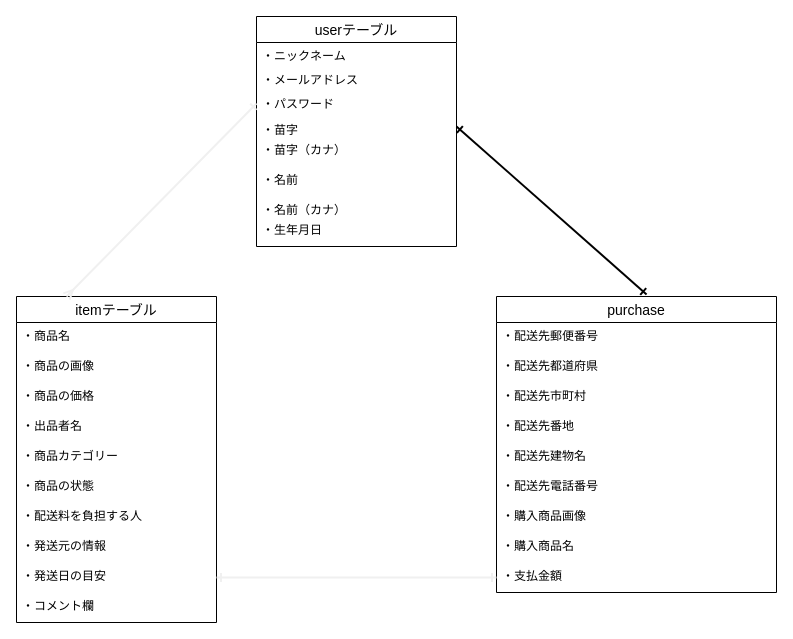
riyo-y/furima-35256 keeps this draw.io diagram as furima35256.dio. Above is the earlier version. Source tidied: cells renumbered, new cells numbered last; positions are measured from the earlier drawing's top-left corner, leaving out a move shared by most shapes. Both pictures are drawn from the tidied source at 100%, with x=0, y=0 at pixel (16, 16).
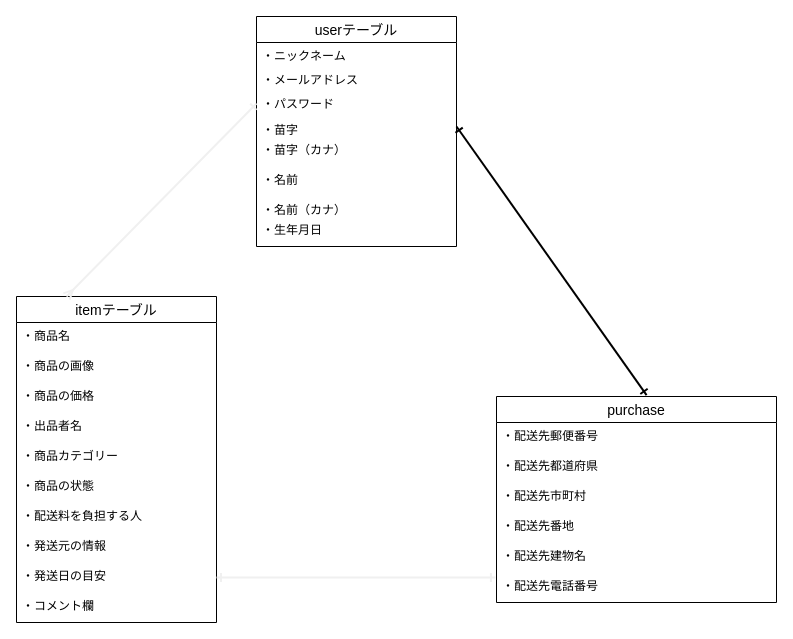
The same page after the edit.

Unchanged cells that the change refers to:
```xml
<mxCell id="20" value="・発送日の目安" style="text;strokeColor=none;fillColor=none;spacingLeft=4;spacingRight=4;overflow=hidden;points=[[0,0.5],[1,0.5]];portConstraint=eastwest;fontSize=12;" parent="11" vertex="1">
  <mxGeometry y="266" width="200" height="30" as="geometry" />
</mxCell>
<mxCell id="28" value="・配送先電話番号&#10;" style="text;strokeColor=none;fillColor=none;spacingLeft=4;spacingRight=4;overflow=hidden;points=[[0,0.5],[1,0.5]];portConstraint=eastwest;fontSize=12;" parent="22" vertex="1">
  <mxGeometry y="176" width="280" height="30" as="geometry" />
</mxCell>
```

Change to the diagram source:
```diff
@@
     <mxCell id="22" value="purchase" style="swimlane;fontStyle=0;horizontal=1;startSize=26;align=center;fontSize=14;" parent="1" vertex="1">
-      <mxGeometry x="480" y="280" width="280" height="296" as="geometry" />
+      <mxGeometry x="480" y="380" width="280" height="206" as="geometry" />
     </mxCell>
@@
-    <mxCell id="29" value="・購入商品画像" style="text;strokeColor=none;fillColor=none;spacingLeft=4;spacingRight=4;overflow=hidden;fontSize=12;" parent="22" vertex="1">
-      <mxGeometry y="206" width="280" height="30" as="geometry" />
-    </mxCell>
-    <mxCell id="30" value="・購入商品名" style="text;strokeColor=none;fillColor=none;spacingLeft=4;spacingRight=4;overflow=hidden;fontSize=12;" parent="22" vertex="1">
-      <mxGeometry y="236" width="280" height="30" as="geometry" />
-    </mxCell>
-    <mxCell id="31" value="・支払金額&#10;" style="text;strokeColor=none;fillColor=none;spacingLeft=4;spacingRight=4;overflow=hidden;points=[[0,0.5],[1,0.5]];portConstraint=eastwest;fontSize=12;" parent="22" vertex="1">
-      <mxGeometry y="266" width="280" height="30" as="geometry" />
-    </mxCell>
-    <mxCell id="32" style="fontSize=12;html=1;endArrow=ERone;endFill=0;strokeColor=#f0f0f0;strokeWidth=2;startArrow=ERone;startFill=0;exitX=1;exitY=0.5;exitDx=0;exitDy=0;entryX=0;entryY=0.5;entryDx=0;entryDy=0;" parent="1" edge="1" source="20" target="31">
+    <mxCell id="32" style="fontSize=12;html=1;endArrow=ERone;endFill=0;strokeColor=#f0f0f0;strokeWidth=2;startArrow=ERone;startFill=0;exitX=1;exitY=0.5;exitDx=0;exitDy=0;entryX=-0.004;entryY=0.167;entryDx=0;entryDy=0;entryPerimeter=0;" parent="1" edge="1" source="20" target="28">
       <mxGeometry relative="1" as="geometry" />
     </mxCell>
```
